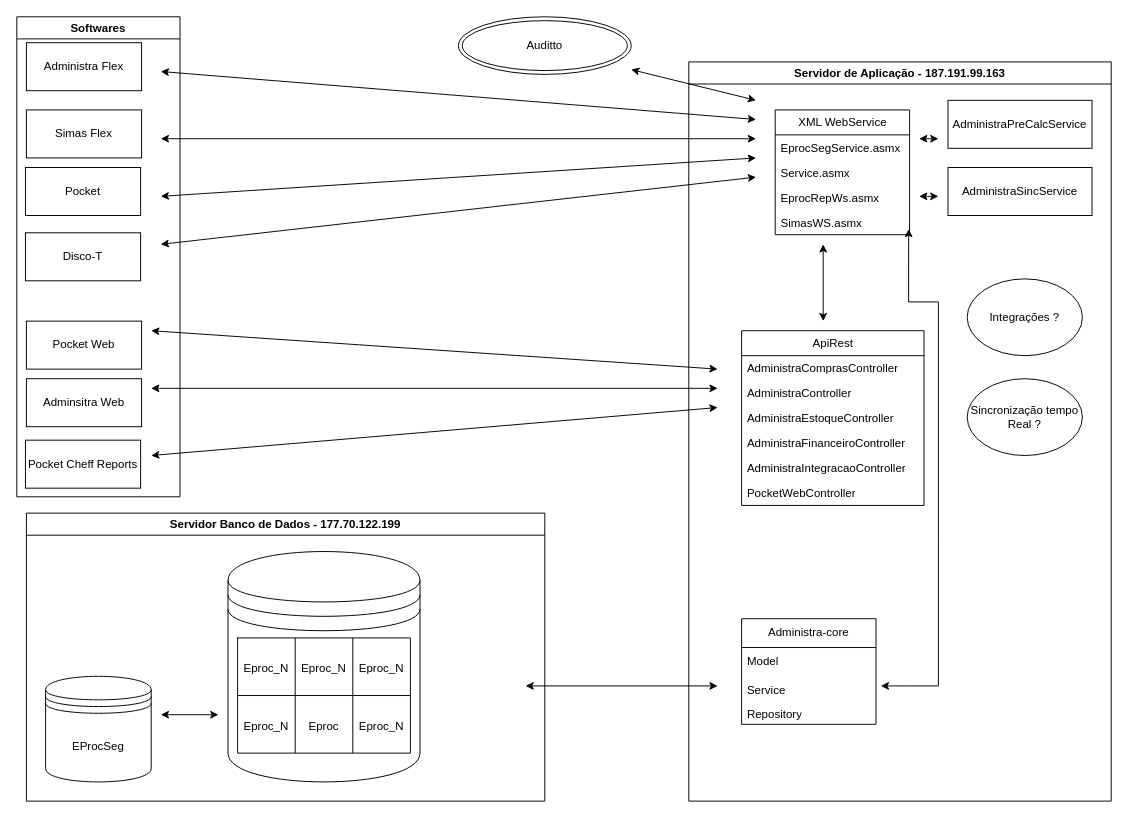
inforic/dasa keeps this draw.io diagram as Diagrama sem nome.drawio. Above is the earlier version. Source tidied: cells renumbered, new cells numbered last; positions are measured from the earlier drawing's top-left corner, leaving out a move shared by most shapes. Both pictures are drawn from the tidied source at 96%, with x=0, y=0 at pixel (16, 16).
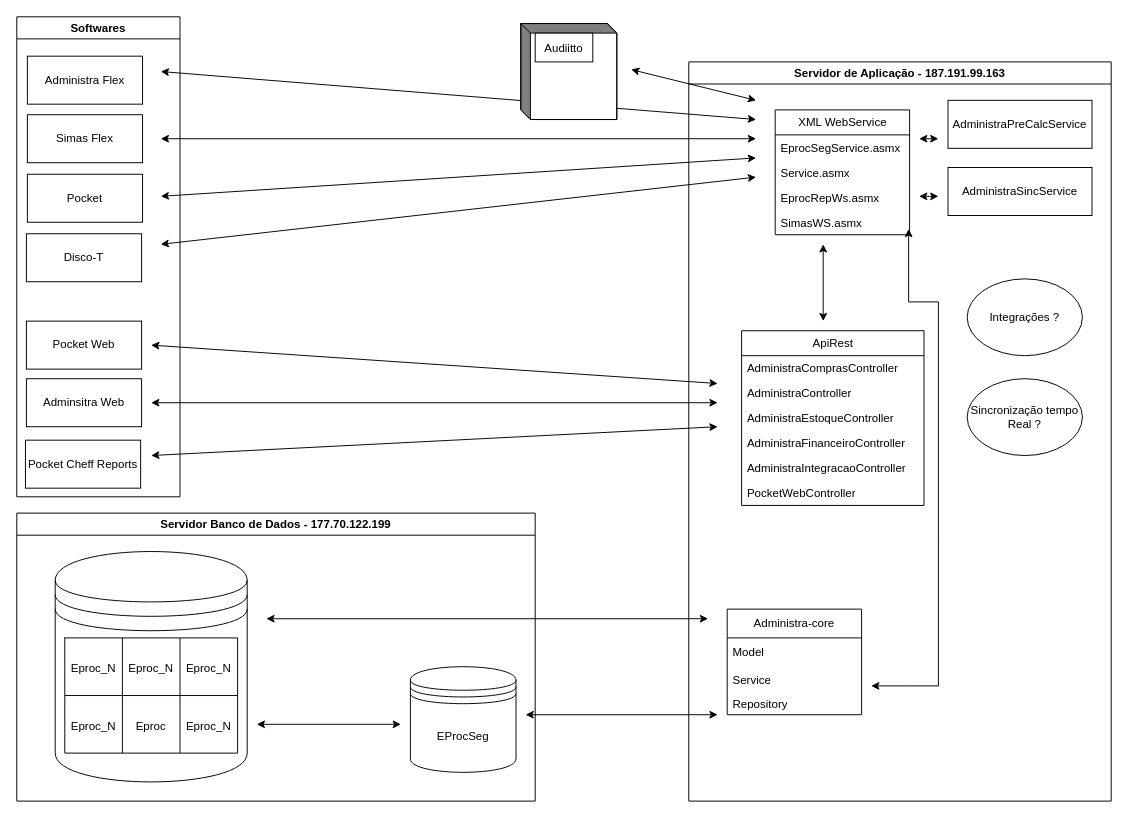
The same page after the edit.

The change refers to these unchanged cells:
```xml
<mxCell id="2" value="Servidor de Aplicação - 187.191.99.163" style="swimlane;" parent="1" vertex="1">
  <mxGeometry x="700" y="47" width="440" height="770" as="geometry" />
</mxCell>
<mxCell id="19" value="SimasWS.asmx" style="text;strokeColor=none;fillColor=none;align=left;verticalAlign=top;spacingLeft=4;spacingRight=4;overflow=hidden;points=[[0,0.5],[1,0.5]];portConstraint=eastwest;whiteSpace=wrap;html=1;" parent="15" vertex="1">
  <mxGeometry y="104" width="140" height="26" as="geometry" />
</mxCell>
<mxCell id="51" value="Softwares" style="swimlane;whiteSpace=wrap;html=1;" parent="1" vertex="1">
  <mxGeometry width="170" height="500" as="geometry" />
</mxCell>
```

Change to the diagram source:
```diff
@@
     <mxCell id="3" value="Administra-core&lt;br&gt;" style="swimlane;fontStyle=0;horizontal=1;startSize=30;whiteSpace=wrap;html=1;" parent="2" vertex="1">
-      <mxGeometry x="55" y="580" width="140" height="110" as="geometry" />
+      <mxGeometry x="40" y="570" width="140" height="110" as="geometry" />
     </mxCell>
@@
     <mxCell id="25" style="endArrow=classic;startArrow=classic;html=1;rounded=0;entryX=0.993;entryY=0.769;entryDx=0;entryDy=0;entryPerimeter=0;" parent="2" edge="1" target="19">
       <mxGeometry relative="1" as="geometry">
-        <mxPoint x="200" y="650" as="sourcePoint" />
+        <mxPoint x="190" y="650" as="sourcePoint" />
         <Array as="points">
           <mxPoint x="230" y="650" />
           <mxPoint x="260" y="650" />
           <mxPoint x="260" y="500" />
           <mxPoint x="260" y="250" />
           <mxPoint x="229" y="250" />
         </Array>
       </mxGeometry>
     </mxCell>
@@
     <mxCell id="28" value="Servidor Banco de Dados - 177.70.122.199" style="swimlane;" parent="1" vertex="1">
-      <mxGeometry x="10" y="517" width="540" height="300" as="geometry" />
+      <mxGeometry y="517" width="540" height="300" as="geometry" />
     </mxCell>
     <mxCell id="29" value="EProcSeg" style="shape=datastore;whiteSpace=wrap;html=1;" parent="28" vertex="1">
-      <mxGeometry x="20" y="170" width="110" height="110" as="geometry" />
+      <mxGeometry x="410" y="160" width="110" height="110" as="geometry" />
     </mxCell>
     <mxCell id="30" style="shape=datastore;whiteSpace=wrap;html=1;" parent="28" vertex="1">
-      <mxGeometry x="210" y="40" width="200" height="240" as="geometry" />
+      <mxGeometry x="40" y="40" width="200" height="240" as="geometry" />
     </mxCell>
     <mxCell id="31" style="shape=table;startSize=0;childLayout=tableLayout;fontSize=16;" parent="28" vertex="1">
-      <mxGeometry x="220" y="130" width="180" height="120" as="geometry" />
+      <mxGeometry x="50" y="130" width="180" height="120" as="geometry" />
     </mxCell>
@@
     <mxCell id="40" style="endArrow=classic;startArrow=classic;html=1;rounded=0;" parent="28" edge="1">
       <mxGeometry relative="1" as="geometry">
-        <mxPoint x="140" y="210" as="sourcePoint" />
-        <mxPoint x="200" y="210" as="targetPoint" />
+        <mxPoint x="250" y="220" as="sourcePoint" />
+        <mxPoint x="400" y="220" as="targetPoint" />
       </mxGeometry>
     </mxCell>
     <mxCell id="41" style="endArrow=classic;startArrow=classic;html=1;rounded=0;" parent="1" edge="1">
       <mxGeometry relative="1" as="geometry">
-        <mxPoint x="530" y="697" as="sourcePoint" />
-        <mxPoint x="730" y="697" as="targetPoint" />
+        <mxPoint x="530" y="727" as="sourcePoint" />
+        <mxPoint x="730" y="727" as="targetPoint" />
       </mxGeometry>
     </mxCell>
@@
     <mxCell id="46" style="endArrow=classic;startArrow=classic;html=1;rounded=0;" parent="1" edge="1">
       <mxGeometry relative="1" as="geometry">
-        <mxPoint x="140" y="327" as="sourcePoint" />
-        <mxPoint x="730" y="367" as="targetPoint" />
+        <mxPoint x="140" y="342" as="sourcePoint" />
+        <mxPoint x="730" y="382" as="targetPoint" />
       </mxGeometry>
     </mxCell>
     <mxCell id="47" style="endArrow=classic;startArrow=classic;html=1;rounded=0;" parent="1" edge="1">
       <mxGeometry relative="1" as="geometry">
-        <mxPoint x="140" y="387" as="sourcePoint" />
-        <mxPoint x="730" y="387" as="targetPoint" />
+        <mxPoint x="140" y="402" as="sourcePoint" />
+        <mxPoint x="730" y="402" as="targetPoint" />
       </mxGeometry>
     </mxCell>
     <mxCell id="48" style="endArrow=classic;startArrow=classic;html=1;rounded=0;" parent="1" edge="1">
       <mxGeometry relative="1" as="geometry">
         <mxPoint x="140" y="457" as="sourcePoint" />
-        <mxPoint x="730" y="407" as="targetPoint" />
+        <mxPoint x="730" y="427" as="targetPoint" />
       </mxGeometry>
     </mxCell>
-    <mxCell id="49" value="Auditto" style="ellipse;shape=doubleEllipse;whiteSpace=wrap;html=1;" parent="1" vertex="1">
-      <mxGeometry x="460" width="180" height="60" as="geometry" />
-    </mxCell>
@@
     <mxCell id="55" value="Disco-T" style="rounded=0;whiteSpace=wrap;html=1;" parent="51" vertex="1">
-      <mxGeometry x="9" y="225" width="120" height="50" as="geometry" />
+      <mxGeometry x="10" y="226" width="120" height="50" as="geometry" />
     </mxCell>
     <mxCell id="56" value="Pocket" style="rounded=0;whiteSpace=wrap;html=1;" parent="51" vertex="1">
-      <mxGeometry x="9" y="157" width="120" height="50" as="geometry" />
+      <mxGeometry x="11" y="164" width="120" height="50" as="geometry" />
     </mxCell>
     <mxCell id="57" value="Simas Flex" style="rounded=0;whiteSpace=wrap;html=1;" parent="51" vertex="1">
-      <mxGeometry x="10" y="97" width="120" height="50" as="geometry" />
+      <mxGeometry x="11" y="102" width="120" height="50" as="geometry" />
     </mxCell>
     <mxCell id="58" value="Administra Flex" style="rounded=0;whiteSpace=wrap;html=1;" parent="51" vertex="1">
-      <mxGeometry x="10" y="27" width="120" height="50" as="geometry" />
+      <mxGeometry x="11" y="41" width="120" height="50" as="geometry" />
     </mxCell>
+    <mxCell id="59" style="endArrow=classic;startArrow=classic;html=1;rounded=0;" parent="1" edge="1">
+      <mxGeometry relative="1" as="geometry">
+        <mxPoint x="260" y="627" as="sourcePoint" />
+        <mxPoint x="720" y="627" as="targetPoint" />
+      </mxGeometry>
+    </mxCell>
+    <mxCell id="60" style="html=1;dashed=0;whiteSpace=wrap;shape=mxgraph.dfd.externalEntity;labelBackgroundColor=#7b3d3d;" parent="1" vertex="1">
+      <mxGeometry x="525" y="7" width="100" height="100" as="geometry" />
+    </mxCell>
+    <mxCell id="61" value="Audiitto" style="strokeColor=inherit;fillColor=inherit;gradientColor=inherit;" parent="60" vertex="1">
+      <mxGeometry width="60" height="30" relative="1" as="geometry">
+        <mxPoint x="15" y="10" as="offset" />
+      </mxGeometry>
+    </mxCell>
```
